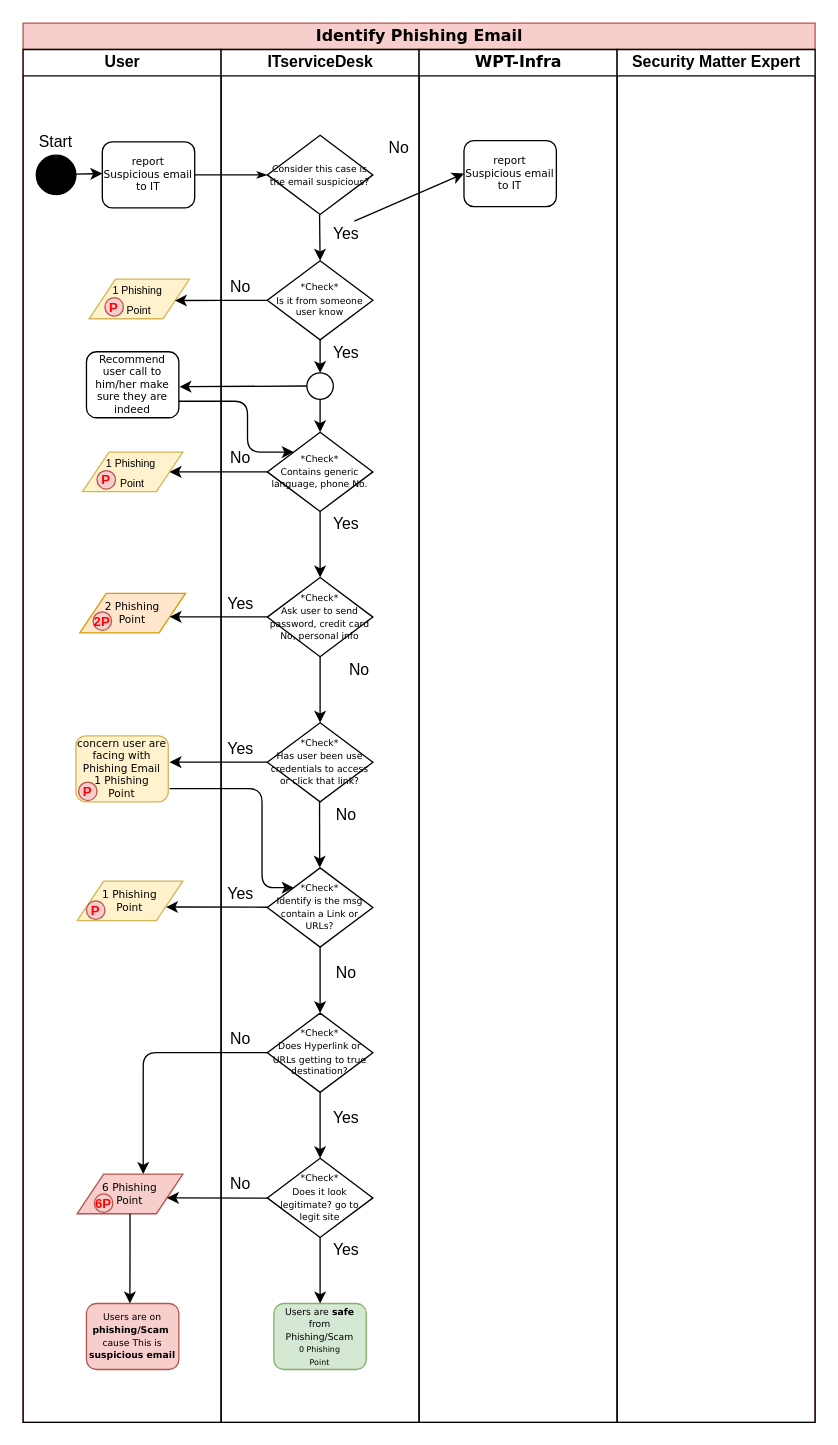
psukasame/sukasamecloud keeps this draw.io diagram as Untitled Diagram.drawio. Above is the earlier version. Source tidied: cells renumbered, new cells numbered last; positions are measured from the earlier drawing's top-left corner, leaving out a move shared by most shapes. Both pictures are drawn from the tidied source at 132%, with x=0, y=0 at pixel (22, 22).
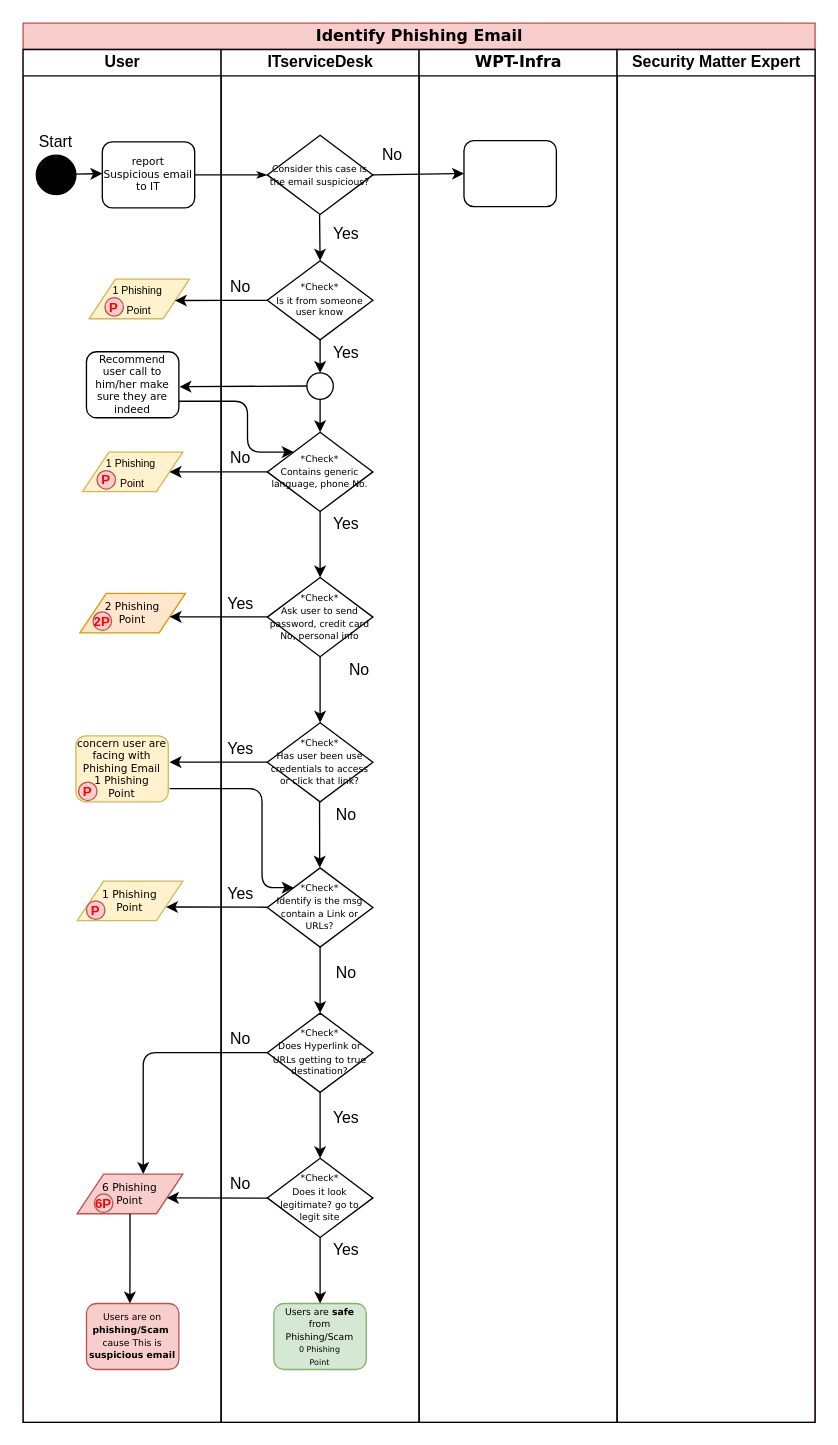
The same diagram, later.

The change refers to these unchanged cells:
```xml
<mxCell id="2" value="&lt;font style=&quot;font-size: 12px&quot;&gt;Identify Phishing Email&lt;/font&gt;" style="swimlane;html=1;startSize=20;rounded=0;shadow=0;labelBackgroundColor=none;strokeWidth=1;fontFamily=Verdana;fontSize=8;align=center;fillColor=#f8cecc;strokeColor=#b85450;" parent="1" vertex="1">
  <mxGeometry width="600" height="1060" as="geometry" />
</mxCell>
<mxCell id="28" value="ITserviceDesk" style="swimlane;html=1;startSize=20;" parent="2" vertex="1">
  <mxGeometry x="150" y="20" width="150" height="1040" as="geometry" />
</mxCell>
<mxCell id="65" value="&lt;span style=&quot;font-size: 7px&quot;&gt;Consider this case is the email suspicious?&lt;/span&gt;" style="rhombus;whiteSpace=wrap;html=1;rounded=0;shadow=0;labelBackgroundColor=none;strokeWidth=1;fontFamily=Verdana;fontSize=8;align=center;" parent="28" vertex="1">
  <mxGeometry x="35" y="65" width="80" height="60" as="geometry" />
</mxCell>
<mxCell id="69" value="&lt;font face=&quot;verdana&quot; size=&quot;1&quot;&gt;&lt;span style=&quot;font-size: 12px&quot;&gt;WPT-Infra&lt;/span&gt;&lt;/font&gt;" style="swimlane;html=1;startSize=20;" parent="2" vertex="1">
  <mxGeometry x="300" y="20" width="150" height="1040" as="geometry" />
</mxCell>
```

What changed in the source:
```diff
@@
     <mxCell id="68" value="No" style="text;html=1;strokeColor=none;fillColor=none;align=center;verticalAlign=middle;whiteSpace=wrap;rounded=0;" parent="28" vertex="1">
-      <mxGeometry x="115" y="65" width="40" height="20" as="geometry" />
+      <mxGeometry x="110" y="70" width="40" height="20" as="geometry" />
     </mxCell>
@@
-    <mxCell id="70" value="report&lt;br&gt;Suspicious email&lt;br&gt;to IT" style="rounded=1;whiteSpace=wrap;html=1;shadow=0;labelBackgroundColor=none;strokeWidth=1;fontFamily=Verdana;fontSize=8;align=center;" parent="69" vertex="1">
+    <mxCell id="70" style="rounded=1;whiteSpace=wrap;html=1;shadow=0;labelBackgroundColor=none;strokeWidth=1;fontFamily=Verdana;fontSize=8;align=center;" parent="69" vertex="1">
       <mxGeometry x="34" y="69" width="70" height="50" as="geometry" />
     </mxCell>
@@
-    <mxCell id="73" style="endArrow=classic;html=1;entryX=0;entryY=0.5;entryDx=0;entryDy=0;" parent="1" edge="1" target="70">
-      <mxGeometry relative="1" as="geometry">
-        <mxPoint x="251" y="150" as="sourcePoint" />
-      </mxGeometry>
+    <mxCell id="73" style="endArrow=classic;html=1;entryX=0;entryY=0.5;entryDx=0;entryDy=0;exitX=1;exitY=0.5;exitDx=0;exitDy=0;" parent="2" edge="1" source="65" target="70">
+      <mxGeometry relative="1" as="geometry" />
     </mxCell>
```
